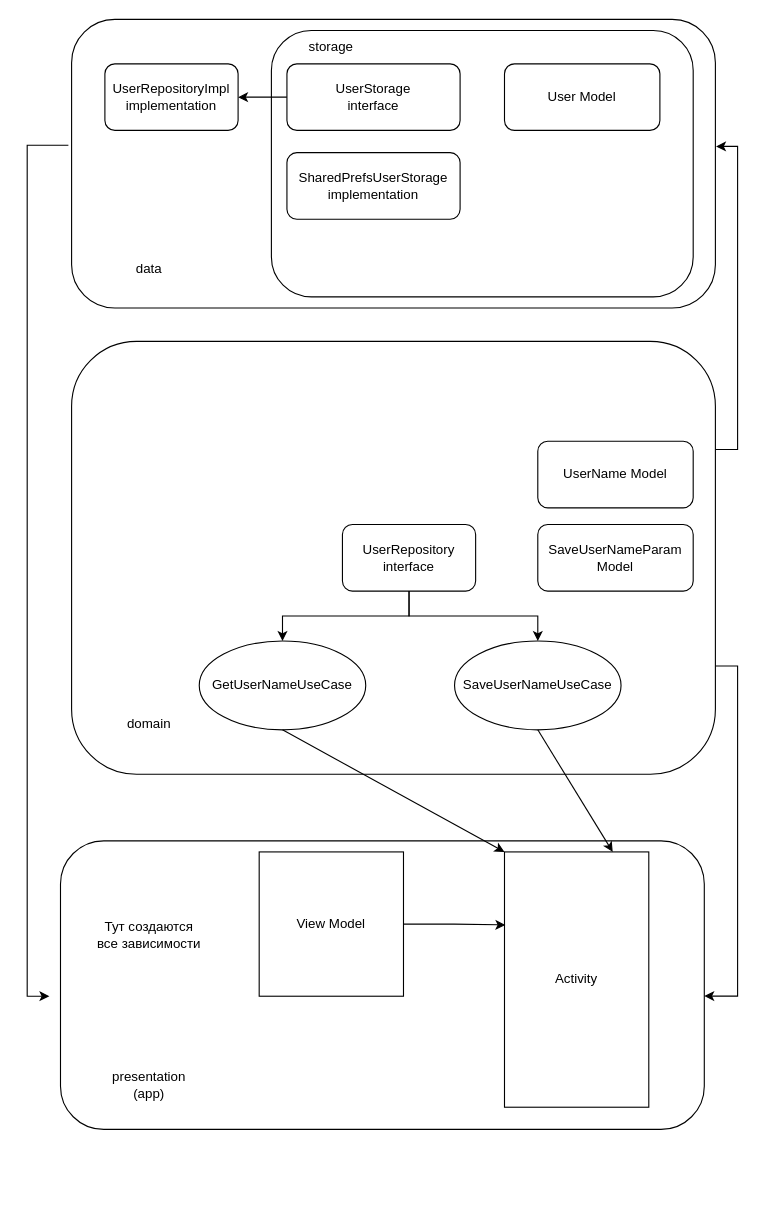
The draw.io diagram Clean Architecture.drawio in Nothingisnotnothing/CleanArchitecture, before the edit. Source tidied: cells renumbered, new cells numbered last; positions are measured from the earlier drawing's top-left corner, leaving out a move shared by most shapes. Both pictures are drawn from the tidied source at 111%, with x=0, y=0 at pixel (27, 19).
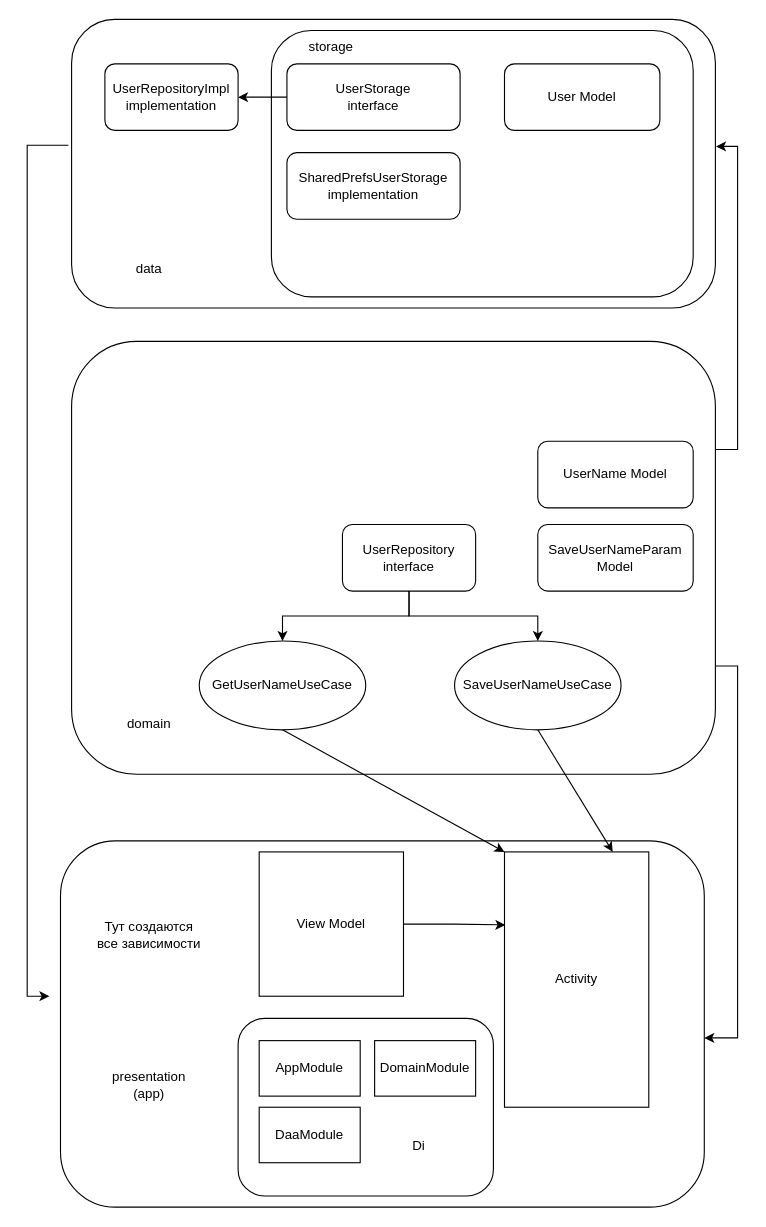
The same diagram, later.

Change to the diagram source:
```diff
@@
     <mxCell id="2" style="rounded=1;whiteSpace=wrap;html=1;" parent="1" vertex="1">
-      <mxGeometry x="30" y="740" width="580" height="260" as="geometry" />
+      <mxGeometry x="30" y="740" width="580" height="330" as="geometry" />
     </mxCell>
@@
+    <mxCell id="31" value="AppModule" style="rounded=0;whiteSpace=wrap;html=1;" parent="1" vertex="1">
+      <mxGeometry x="209" y="920" width="91" height="50" as="geometry" />
+    </mxCell>
+    <mxCell id="32" value="DaaModule" style="rounded=0;whiteSpace=wrap;html=1;" parent="1" vertex="1">
+      <mxGeometry x="209" y="980" width="91" height="50" as="geometry" />
+    </mxCell>
+    <mxCell id="33" value="DomainModule" style="rounded=0;whiteSpace=wrap;html=1;" parent="1" vertex="1">
+      <mxGeometry x="313" y="920" width="91" height="50" as="geometry" />
+    </mxCell>
+    <mxCell id="34" style="rounded=1;whiteSpace=wrap;html=1;fillColor=none;" parent="1" vertex="1">
+      <mxGeometry x="190" y="900" width="230" height="160" as="geometry" />
+    </mxCell>
+    <mxCell id="35" value="Di" style="text;html=1;strokeColor=none;fillColor=none;align=center;verticalAlign=middle;whiteSpace=wrap;rounded=0;" parent="1" vertex="1">
+      <mxGeometry x="313" y="1000" width="80" height="30" as="geometry" />
+    </mxCell>
```
